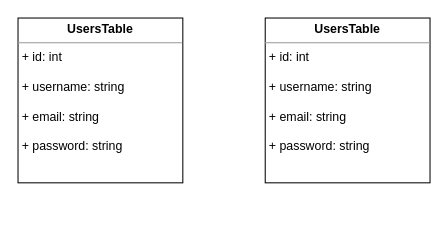
ShiryaevNikolay/diagrams keeps this draw.io diagram as feature/fades_auth_db.drawio. Above is the earlier version. Source tidied: cells renumbered, new cells numbered last; positions are measured from the earlier drawing's top-left corner, leaving out a move shared by most shapes. Both pictures are drawn from the tidied source at 103%, with x=0, y=0 at pixel (18, 18).
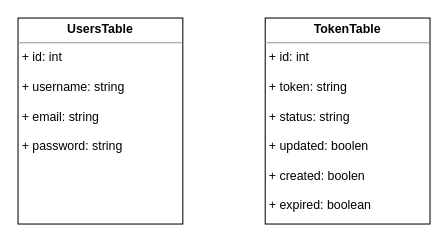
The same diagram, later.

Diff of the diagram source:
```diff
@@
 <mxGraphModel>
   <root>
     <mxCell id="0" />
     <mxCell id="1" parent="0" />
     <mxCell id="2" value="&lt;p style=&quot;margin: 0px ; margin-top: 4px ; text-align: center&quot;&gt;&lt;b&gt;UsersTable&lt;/b&gt;&lt;/p&gt;&lt;hr size=&quot;1&quot;&gt;&lt;p style=&quot;margin: 0px ; margin-left: 4px&quot;&gt;+ id: int&lt;/p&gt;&lt;p style=&quot;margin: 0px ; margin-left: 4px&quot;&gt;&lt;br&gt;&lt;/p&gt;&lt;p style=&quot;margin: 0px ; margin-left: 4px&quot;&gt;+ username: string&lt;/p&gt;&lt;p style=&quot;margin: 0px ; margin-left: 4px&quot;&gt;&lt;br&gt;&lt;/p&gt;&lt;p style=&quot;margin: 0px ; margin-left: 4px&quot;&gt;+ email: string&lt;/p&gt;&lt;p style=&quot;margin: 0px ; margin-left: 4px&quot;&gt;&lt;br&gt;&lt;/p&gt;&lt;p style=&quot;margin: 0px ; margin-left: 4px&quot;&gt;+ password: string&lt;/p&gt;" style="verticalAlign=top;align=left;overflow=fill;fontSize=12;fontFamily=Helvetica;html=1;" parent="1" vertex="1">
-      <mxGeometry width="160" height="160" as="geometry" />
+      <mxGeometry width="160" height="200" as="geometry" />
     </mxCell>
-    <mxCell id="3" value="&lt;p style=&quot;margin: 0px ; margin-top: 4px ; text-align: center&quot;&gt;&lt;b&gt;UsersTable&lt;/b&gt;&lt;/p&gt;&lt;hr size=&quot;1&quot;&gt;&lt;p style=&quot;margin: 0px ; margin-left: 4px&quot;&gt;+ id: int&lt;/p&gt;&lt;p style=&quot;margin: 0px ; margin-left: 4px&quot;&gt;&lt;br&gt;&lt;/p&gt;&lt;p style=&quot;margin: 0px ; margin-left: 4px&quot;&gt;+ username: string&lt;/p&gt;&lt;p style=&quot;margin: 0px ; margin-left: 4px&quot;&gt;&lt;br&gt;&lt;/p&gt;&lt;p style=&quot;margin: 0px ; margin-left: 4px&quot;&gt;+ email: string&lt;/p&gt;&lt;p style=&quot;margin: 0px ; margin-left: 4px&quot;&gt;&lt;br&gt;&lt;/p&gt;&lt;p style=&quot;margin: 0px ; margin-left: 4px&quot;&gt;+ password: string&lt;/p&gt;" style="verticalAlign=top;align=left;overflow=fill;fontSize=12;fontFamily=Helvetica;html=1;" parent="1" vertex="1">
-      <mxGeometry x="240" width="160" height="160" as="geometry" />
+    <mxCell id="3" value="&lt;p style=&quot;margin: 0px ; margin-top: 4px ; text-align: center&quot;&gt;&lt;b&gt;TokenTable&lt;/b&gt;&lt;/p&gt;&lt;hr size=&quot;1&quot;&gt;&lt;p style=&quot;margin: 0px ; margin-left: 4px&quot;&gt;+ id: int&lt;/p&gt;&lt;p style=&quot;margin: 0px ; margin-left: 4px&quot;&gt;&lt;br&gt;&lt;/p&gt;&lt;p style=&quot;margin: 0px ; margin-left: 4px&quot;&gt;+ token: string&lt;/p&gt;&lt;p style=&quot;margin: 0px ; margin-left: 4px&quot;&gt;&lt;br&gt;&lt;/p&gt;&lt;p style=&quot;margin: 0px ; margin-left: 4px&quot;&gt;+ status: string&lt;/p&gt;&lt;p style=&quot;margin: 0px ; margin-left: 4px&quot;&gt;&lt;br&gt;&lt;/p&gt;&lt;p style=&quot;margin: 0px ; margin-left: 4px&quot;&gt;+ updated: boolen&lt;/p&gt;&lt;p style=&quot;margin: 0px ; margin-left: 4px&quot;&gt;&lt;br&gt;&lt;/p&gt;&lt;p style=&quot;margin: 0px ; margin-left: 4px&quot;&gt;+ created: boolen&lt;/p&gt;&lt;p style=&quot;margin: 0px ; margin-left: 4px&quot;&gt;&lt;br&gt;&lt;/p&gt;&lt;p style=&quot;margin: 0px ; margin-left: 4px&quot;&gt;+&amp;nbsp;expired: boolean&lt;/p&gt;" style="verticalAlign=top;align=left;overflow=fill;fontSize=12;fontFamily=Helvetica;html=1;" parent="1" vertex="1">
+      <mxGeometry x="240" width="160" height="200" as="geometry" />
     </mxCell>
   </root>
 </mxGraphModel>
```
